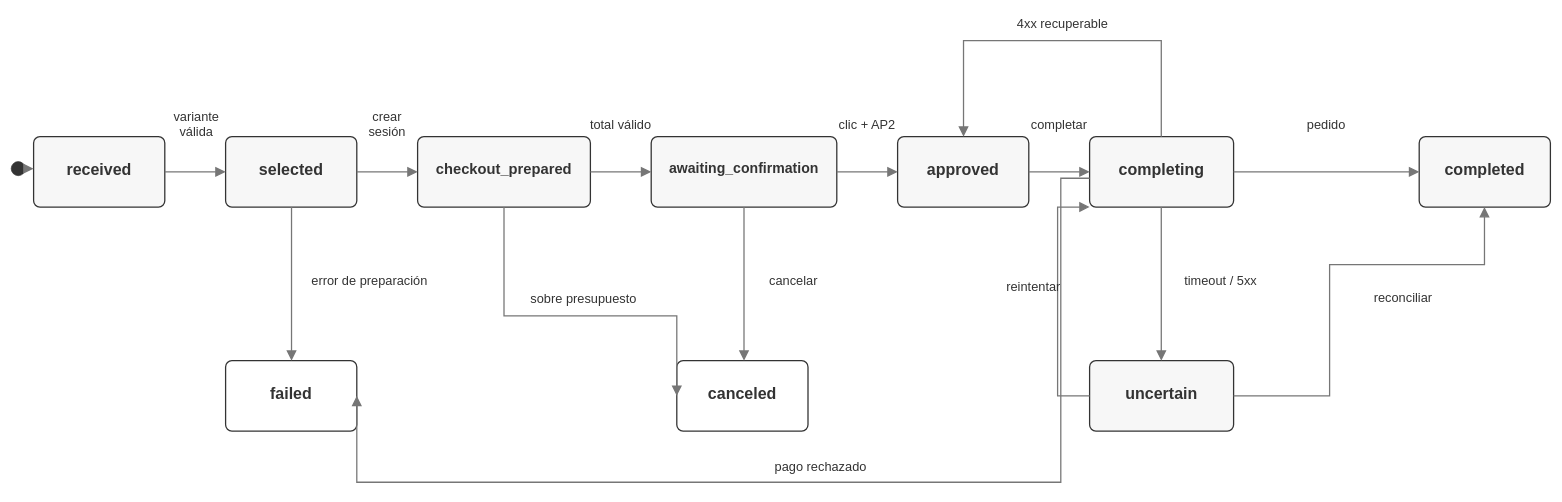
Before: docs/diagrams/purchase-state-machine.drawio in Tesis-Agentes-Comerciales/tesis-commerce-agent, a draw.io diagram. Source tidied: cells renumbered, new cells numbered last; positions are measured from the earlier drawing's top-left corner, leaving out a move shared by most shapes. Both pictures are drawn from the tidied source at 64%, with x=0, y=0 at pixel (11, 11).
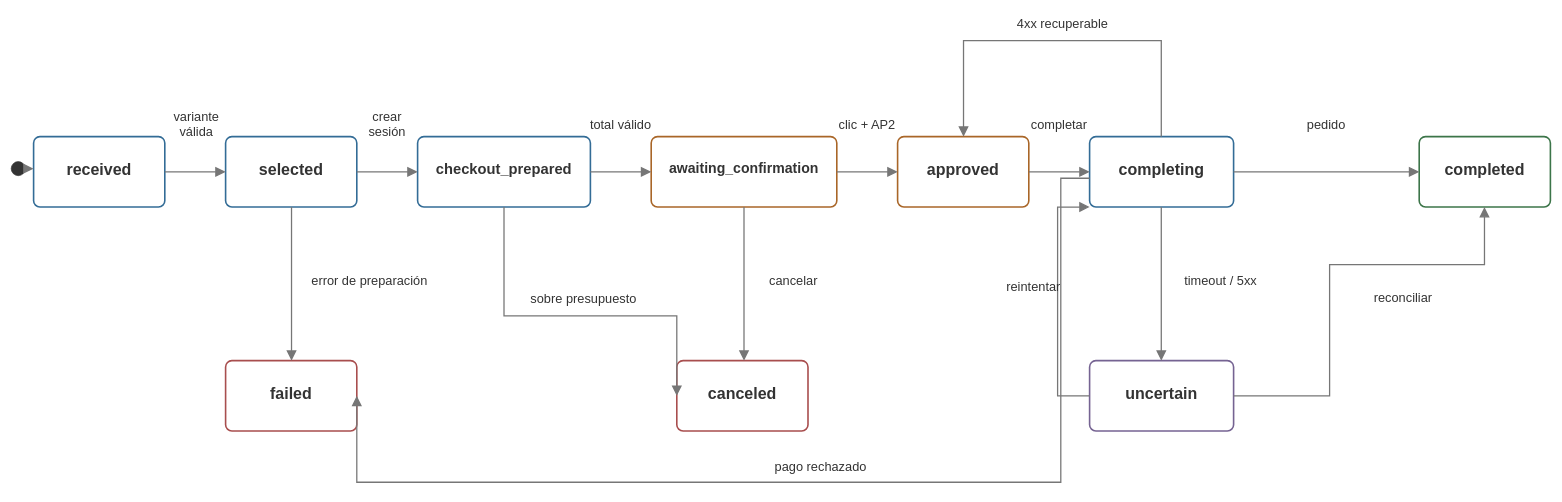
Above is the later version.

Commit message (it also covers changes not shown here):
docs: add semantic outlines to architecture and state diagrams

What changed in the source:
```diff
@@
-    <mxCell id="2" style="rounded=1;arcSize=9;whiteSpace=wrap;html=1;fillColor=#F7F7F7;strokeColor=#333333;strokeWidth=2;" parent="1" vertex="1">
+    <mxCell id="2" style="rounded=1;arcSize=9;whiteSpace=wrap;html=1;fillColor=#FFFFFF;strokeColor=#336C96;strokeWidth=2.5;" parent="1" vertex="1">
       <mxGeometry x="35" y="196" width="205" height="110" as="geometry" />
     </mxCell>
@@
-    <mxCell id="4" style="rounded=1;arcSize=9;whiteSpace=wrap;html=1;fillColor=#F7F7F7;strokeColor=#333333;strokeWidth=2;" parent="1" vertex="1">
+    <mxCell id="4" style="rounded=1;arcSize=9;whiteSpace=wrap;html=1;fillColor=#FFFFFF;strokeColor=#336C96;strokeWidth=2.5;" parent="1" vertex="1">
       <mxGeometry x="335" y="196" width="205" height="110" as="geometry" />
     </mxCell>
@@
-    <mxCell id="6" style="rounded=1;arcSize=9;whiteSpace=wrap;html=1;fillColor=#F7F7F7;strokeColor=#333333;strokeWidth=2;" parent="1" vertex="1">
+    <mxCell id="6" style="rounded=1;arcSize=9;whiteSpace=wrap;html=1;fillColor=#FFFFFF;strokeColor=#336C96;strokeWidth=2.5;" parent="1" vertex="1">
       <mxGeometry x="635" y="196" width="270" height="110" as="geometry" />
     </mxCell>
@@
-    <mxCell id="8" style="rounded=1;arcSize=9;whiteSpace=wrap;html=1;fillColor=#F7F7F7;strokeColor=#333333;strokeWidth=2;" parent="1" vertex="1">
+    <mxCell id="8" style="rounded=1;arcSize=9;whiteSpace=wrap;html=1;fillColor=#FFFFFF;strokeColor=#A96628;strokeWidth=2.5;" parent="1" vertex="1">
       <mxGeometry x="1000" y="196" width="290" height="110" as="geometry" />
     </mxCell>
@@
-    <mxCell id="10" style="rounded=1;arcSize=9;whiteSpace=wrap;html=1;fillColor=#F7F7F7;strokeColor=#333333;strokeWidth=2;" parent="1" vertex="1">
+    <mxCell id="10" style="rounded=1;arcSize=9;whiteSpace=wrap;html=1;fillColor=#FFFFFF;strokeColor=#A96628;strokeWidth=2.5;" parent="1" vertex="1">
       <mxGeometry x="1385" y="196" width="205" height="110" as="geometry" />
     </mxCell>
@@
-    <mxCell id="12" style="rounded=1;arcSize=9;whiteSpace=wrap;html=1;fillColor=#F7F7F7;strokeColor=#333333;strokeWidth=2;" parent="1" vertex="1">
+    <mxCell id="12" style="rounded=1;arcSize=9;whiteSpace=wrap;html=1;fillColor=#FFFFFF;strokeColor=#336C96;strokeWidth=2.5;" parent="1" vertex="1">
       <mxGeometry x="1685" y="196" width="225" height="110" as="geometry" />
     </mxCell>
@@
-    <mxCell id="14" style="rounded=1;arcSize=9;whiteSpace=wrap;html=1;fillColor=#F7F7F7;strokeColor=#333333;strokeWidth=2;double=1;" parent="1" vertex="1">
+    <mxCell id="14" style="rounded=1;arcSize=9;whiteSpace=wrap;html=1;fillColor=#FFFFFF;strokeColor=#3C7549;strokeWidth=2.5;double=1;" parent="1" vertex="1">
       <mxGeometry x="2200" y="196" width="205" height="110" as="geometry" />
     </mxCell>
@@
-    <mxCell id="16" style="rounded=1;arcSize=9;whiteSpace=wrap;html=1;fillColor=#FFFFFF;strokeColor=#333333;strokeWidth=2;double=1;" parent="1" vertex="1">
+    <mxCell id="16" style="rounded=1;arcSize=9;whiteSpace=wrap;html=1;fillColor=#FFFFFF;strokeColor=#A84E4E;strokeWidth=2.5;double=1;" parent="1" vertex="1">
       <mxGeometry x="335" y="546" width="205" height="110" as="geometry" />
     </mxCell>
@@
-    <mxCell id="18" style="rounded=1;arcSize=9;whiteSpace=wrap;html=1;fillColor=#FFFFFF;strokeColor=#333333;strokeWidth=2;double=1;" parent="1" vertex="1">
+    <mxCell id="18" style="rounded=1;arcSize=9;whiteSpace=wrap;html=1;fillColor=#FFFFFF;strokeColor=#A84E4E;strokeWidth=2.5;double=1;" parent="1" vertex="1">
       <mxGeometry x="1040" y="546" width="205" height="110" as="geometry" />
     </mxCell>
@@
-    <mxCell id="20" style="rounded=1;arcSize=9;whiteSpace=wrap;html=1;fillColor=#F7F7F7;strokeColor=#333333;strokeWidth=2;" parent="1" vertex="1">
+    <mxCell id="20" style="rounded=1;arcSize=9;whiteSpace=wrap;html=1;fillColor=#FFFFFF;strokeColor=#756392;strokeWidth=2.5;" parent="1" vertex="1">
       <mxGeometry x="1685" y="546" width="225" height="110" as="geometry" />
     </mxCell>
```
